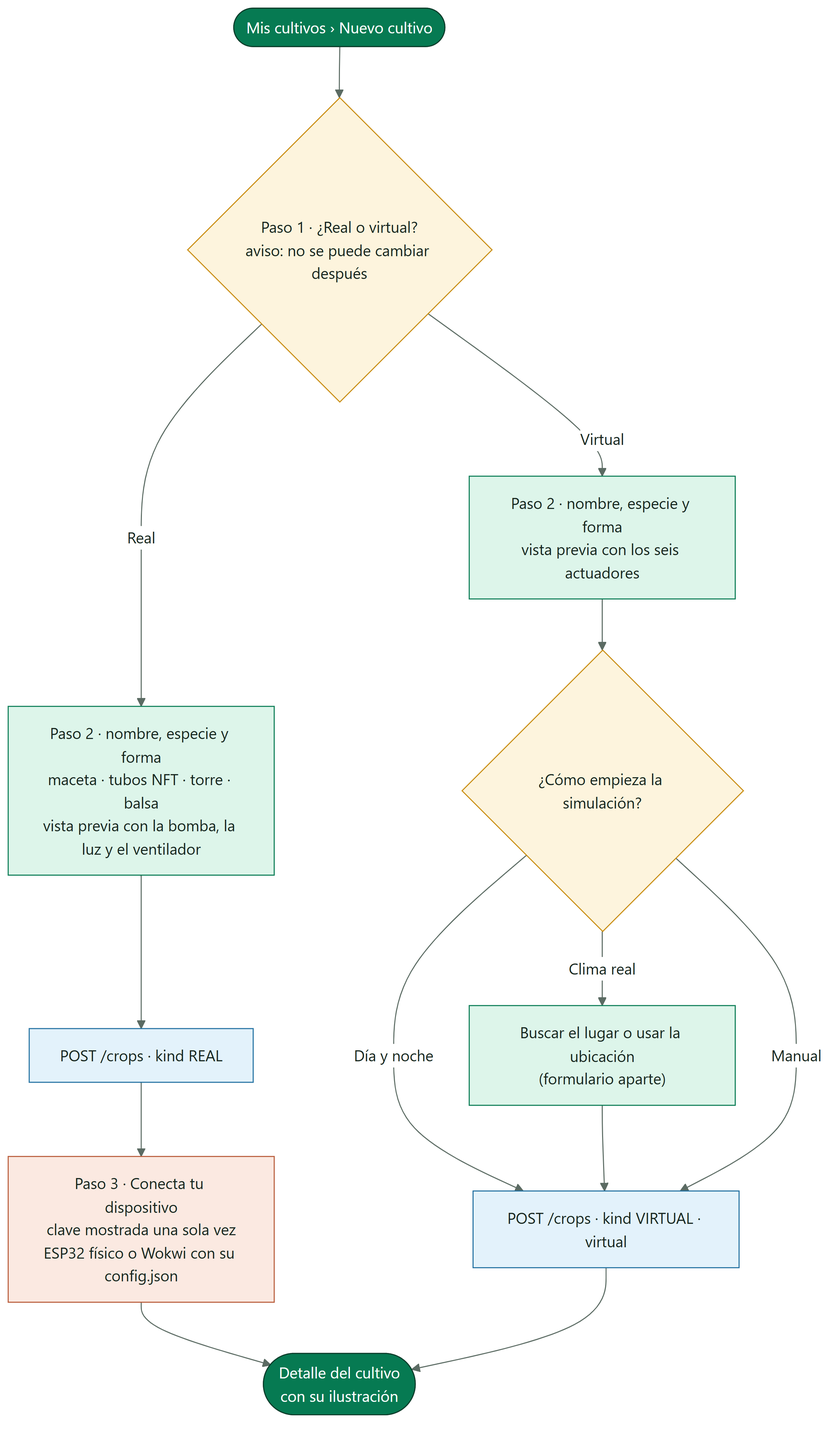
Above: docs/diagrams/SmartPot_Web_Solid_01_Crop_Creation_Flow.png in SmartPotTech/SmartPot-Web (Mermaid), before the change. Its source is kept beside it as docs/diagrams/SmartPot_Web_Solid_01_Crop_Creation_Flow.mmd.
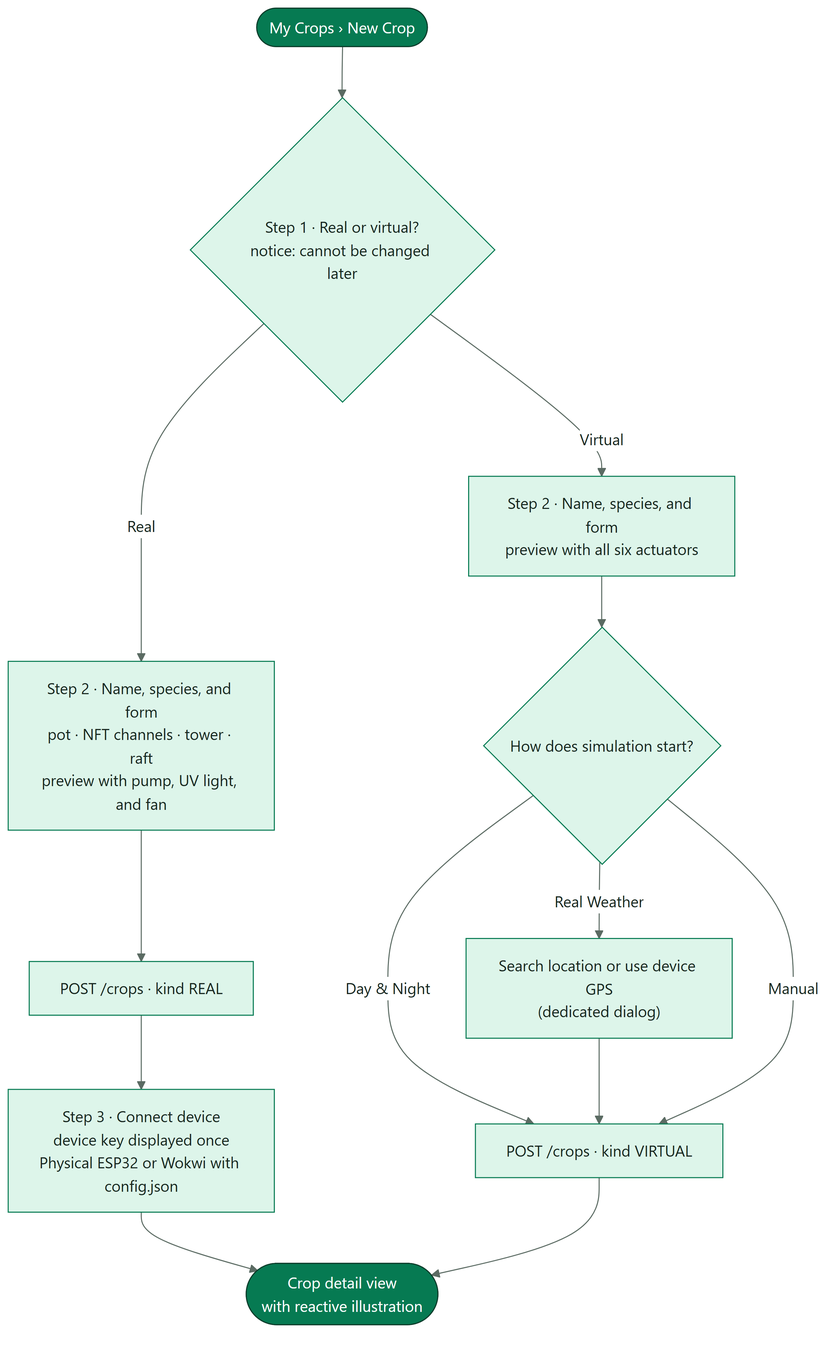
Later version of the same file.

Change to the diagram source:
```diff
@@ -1,15 +1,15 @@
 %%{init: {"theme": "base", "fontFamily": "Segoe UI, Arial, sans-serif", "themeVariables": {"fontFamily": "Segoe UI, Arial, sans-serif", "fontSize": "15px", "primaryColor": "#DDF5EA", "primaryTextColor": "#17261F", "primaryBorderColor": "#067A52", "secondaryColor": "#E3F2FB", "secondaryTextColor": "#17261F", "secondaryBorderColor": "#1F6FA0", "tertiaryColor": "#F2F7F4", "tertiaryTextColor": "#17261F", "tertiaryBorderColor": "#D5E3DC", "lineColor": "#5B6B63", "textColor": "#17261F", "mainBkg": "#DDF5EA", "nodeBorder": "#067A52", "clusterBkg": "#F7FAF8", "clusterBorder": "#D5E3DC", "edgeLabelBackground": "#FFFFFF", "actorBkg": "#067A52", "actorBorder": "#0B3D2B", "actorTextColor": "#FFFFFF", "actorLineColor": "#5B6B63", "signalColor": "#17261F", "signalTextColor": "#17261F", "labelBoxBkgColor": "#0B3D2B", "labelBoxBorderColor": "#0B3D2B", "labelTextColor": "#FFFFFF", "loopTextColor": "#0B3D2B", "noteBkgColor": "#FDF4DD", "noteBorderColor": "#C98D12", "noteTextColor": "#17261F", "activationBkgColor": "#DDF5EA", "activationBorderColor": "#067A52", "attributeBackgroundColorOdd": "#FFFFFF", "attributeBackgroundColorEven": "#F2F7F4"}}}%%
 flowchart TB
-  start(["Mis cultivos › Nuevo cultivo"]) --> kind{"Paso 1 · ¿Real o virtual?<br/>aviso: no se puede cambiar después"}
-  kind -->|"Real"| details["Paso 2 · nombre, especie y forma<br/>maceta · tubos NFT · torre · balsa<br/>vista previa con la bomba, la luz y el ventilador"]
-  kind -->|"Virtual"| detailsv["Paso 2 · nombre, especie y forma<br/>vista previa con los seis actuadores"]
-  detailsv --> mode{"¿Cómo empieza la simulación?"}
-  mode -->|"Día y noche"| postv
-  mode -->|"Clima real"| place["Buscar el lugar o usar la ubicación<br/>(formulario aparte)"] --> postv
-  mode -->|"Manual"| postv["POST /crops · kind VIRTUAL · virtual"]
+  start(["My Crops › New Crop"]) --> kind{"Step 1 · Real or virtual?<br/>notice: cannot be changed later"}
+  kind -->|"Real"| details["Step 2 · Name, species, and form<br/>pot · NFT channels · tower · raft<br/>preview with pump, UV light, and fan"]
+  kind -->|"Virtual"| detailsv["Step 2 · Name, species, and form<br/>preview with all six actuators"]
+  detailsv --> mode{"How does simulation start?"}
+  mode -->|"Day & Night"| postv
+  mode -->|"Real Weather"| place["Search location or use device GPS<br/>(dedicated dialog)"] --> postv
+  mode -->|"Manual"| postv["POST /crops · kind VIRTUAL"]
   details --> post["POST /crops · kind REAL"]
-  post --> guide["Paso 3 · Conecta tu dispositivo<br/>clave mostrada una sola vez<br/>ESP32 físico o Wokwi con su config.json"]
-  guide --> live(["Detalle del cultivo<br/>con su ilustración"])
+  post --> guide["Step 3 · Connect device<br/>device key displayed once<br/>Physical ESP32 or Wokwi with config.json"]
+  guide --> live(["Crop detail view<br/>with reactive illustration"])
   postv --> live
   classDef leaf fill:#DDF5EA,stroke:#067A52,color:#17261F
   classDef water fill:#E3F2FB,stroke:#1F6FA0,color:#17261F
@@ -19,7 +19,3 @@
   classDef deep fill:#0B3D2B,stroke:#06281C,color:#FFFFFF
   classDef muted fill:#F2F7F4,stroke:#5B6B63,color:#17261F
   class start,live core
-  class kind,mode sun
-  class details,detailsv,place leaf
-  class post,postv water
-  class guide clay
```
